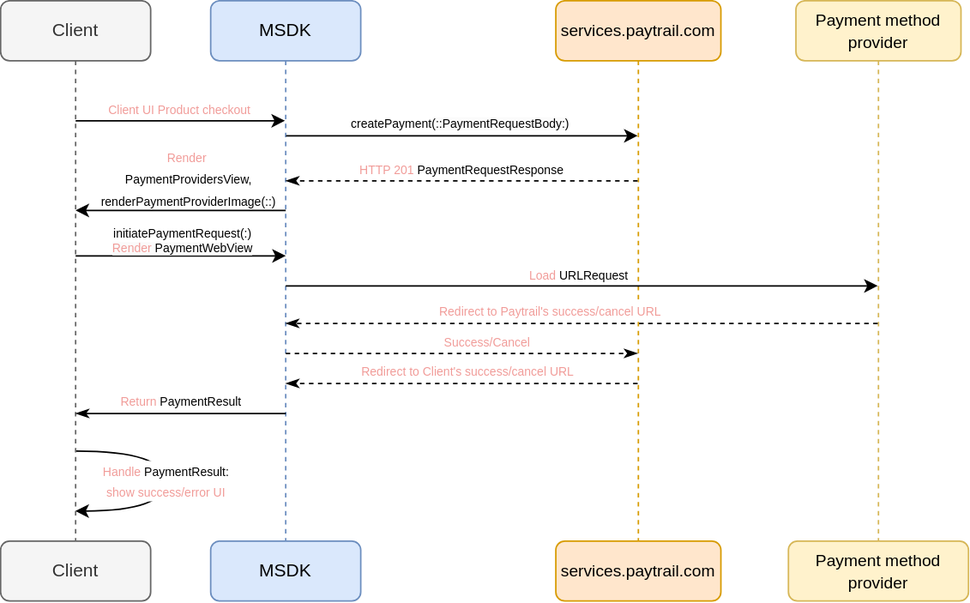
Before: paytrail-ios-sdk/paytrail_ios_sdk.docc/Resources/create_payment_api_flow.svg, a diagram exported from draw.io (paytrail/paytrail-ios-sdk). Source tidied: cells renumbered, new cells last; positions are measured from the earlier drawing's top-left corner, leaving out a move shared by most shapes.
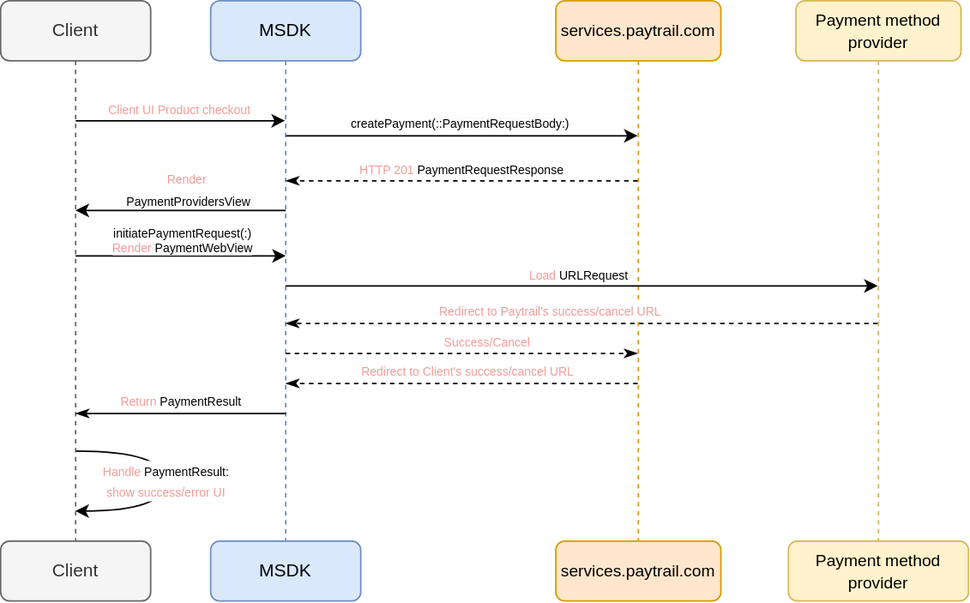
Later version of the same file.

What changed in the source:
```diff
@@ -40,8 +40,8 @@
         <mxPoint x="49.9" y="139.7" as="targetPoint" />
       </mxGeometry>
     </mxCell>
-    <mxCell id="10" value="&lt;font style=&quot;font-size: 8px;&quot;&gt;&lt;font style=&quot;font-size: 8px;&quot; color=&quot;#f19c99&quot;&gt;Render&lt;/font&gt;&lt;span style=&quot;&quot;&gt;&amp;nbsp;&lt;/span&gt;&lt;br&gt;&lt;span style=&quot;&quot;&gt;PaymentProvidersView,&lt;/span&gt;&lt;br&gt;&lt;font style=&quot;font-size: 8px;&quot;&gt;renderPaymentProviderImage(::)&lt;/font&gt;&lt;br&gt;&lt;/font&gt;" style="text;html=1;align=center;verticalAlign=middle;strokeColor=none;fillColor=none;" parent="1" vertex="1">
-      <mxGeometry x="55" y="88" width="140" height="60" as="geometry" />
+    <mxCell id="10" value="&lt;font style=&quot;font-size: 8px;&quot;&gt;&lt;font style=&quot;font-size: 8px;&quot; color=&quot;#f19c99&quot;&gt;Render&lt;/font&gt;&lt;span style=&quot;&quot;&gt;&amp;nbsp;&lt;/span&gt;&lt;br&gt;&lt;span style=&quot;&quot;&gt;PaymentProvidersView&lt;/span&gt;&lt;br&gt;&lt;/font&gt;" style="text;html=1;align=center;verticalAlign=middle;strokeColor=none;fillColor=none;" parent="1" vertex="1">
+      <mxGeometry x="70" y="105" width="110" height="40" as="geometry" />
     </mxCell>
     <mxCell id="11" style="endArrow=classicThin;html=1;rounded=0;dashed=1;endFill=1;" parent="1" edge="1" source="6">
       <mxGeometry relative="1" as="geometry">
```
